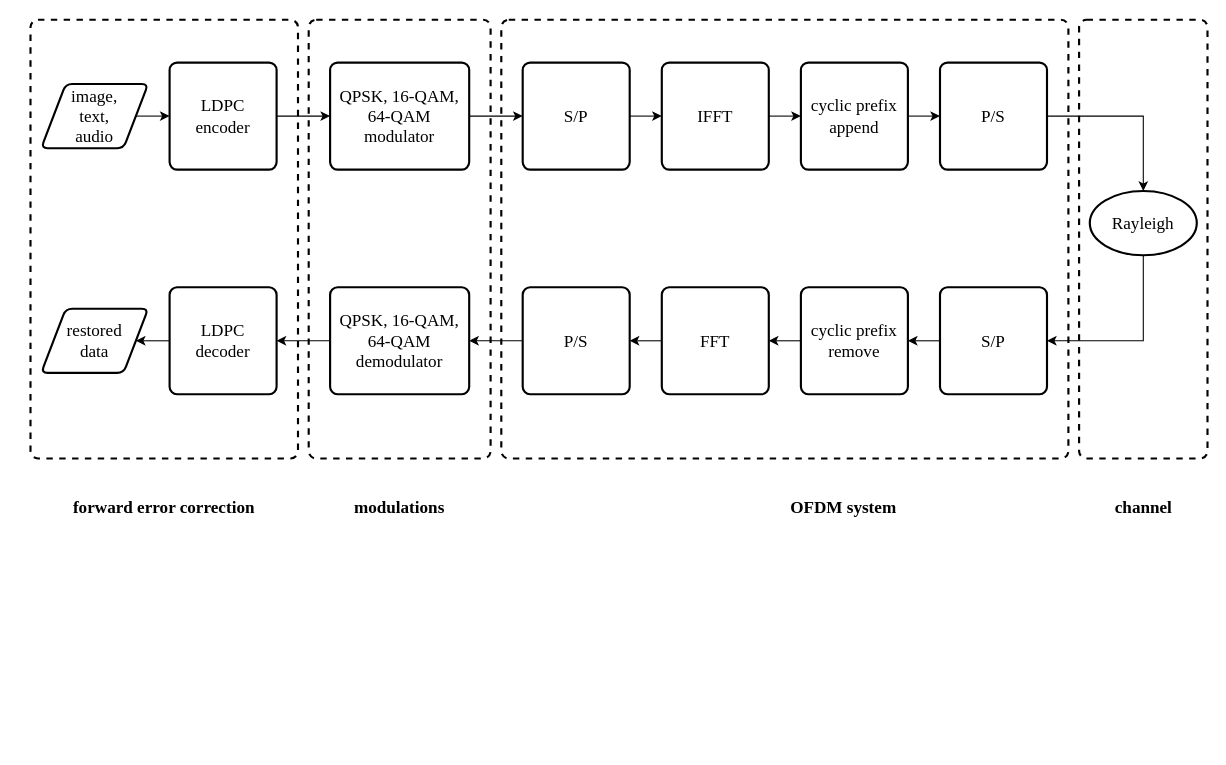
troders34/research keeps this draw.io diagram as page "LDPC-OFDM" (3 of 5) of mod.drawio. Above is the earlier version. Source tidied: cells renumbered, new cells numbered last; positions are measured from the earlier drawing's top-left corner, leaving out a move shared by most shapes. Both pictures are drawn from the tidied source at 107%, with x=0, y=0 at pixel (30, 19).
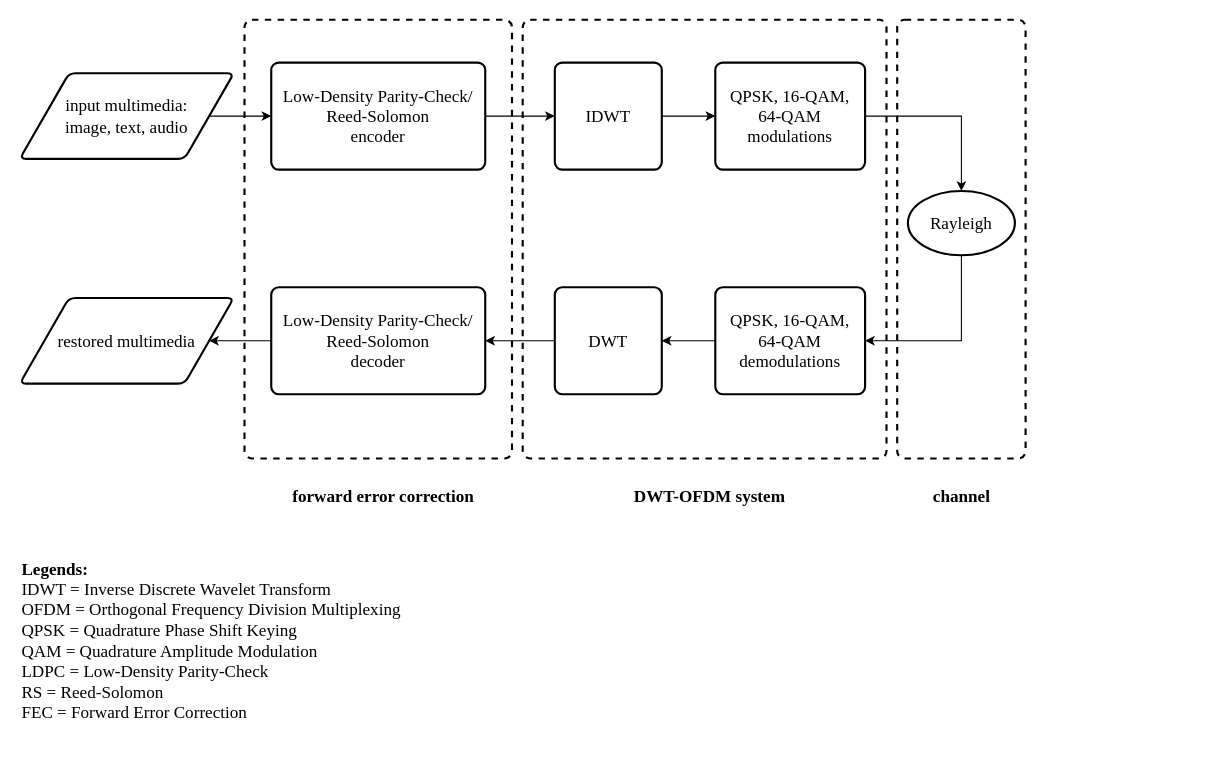
After the change.

The edit, as a diff of the source:
```diff
@@
     <mxCell id="2" style="rounded=1;whiteSpace=wrap;html=1;absoluteArcSize=1;arcSize=14;strokeWidth=2;dashed=1;fillColor=none;fontFamily=Times New Roman;" parent="1" vertex="1">
-      <mxGeometry x="980" width="120" height="410" as="geometry" />
+      <mxGeometry x="810" width="120" height="410" as="geometry" />
     </mxCell>
     <mxCell id="3" style="rounded=1;whiteSpace=wrap;html=1;absoluteArcSize=1;arcSize=14;strokeWidth=2;dashed=1;fillColor=none;fontFamily=Times New Roman;" parent="1" vertex="1">
-      <mxGeometry width="250" height="410" as="geometry" />
+      <mxGeometry x="200" width="250" height="410" as="geometry" />
     </mxCell>
-    <mxCell id="4" style="rounded=1;whiteSpace=wrap;html=1;absoluteArcSize=1;arcSize=14;strokeWidth=2;dashed=1;fillColor=none;fontFamily=Times New Roman;" parent="1" vertex="1">
-      <mxGeometry x="260" width="170" height="410" as="geometry" />
-    </mxCell>
     <mxCell id="5" style="rounded=1;whiteSpace=wrap;html=1;absoluteArcSize=1;arcSize=14;strokeWidth=2;dashed=1;fillColor=none;fontFamily=Times New Roman;" parent="1" vertex="1">
-      <mxGeometry x="440" width="530" height="410" as="geometry" />
+      <mxGeometry x="460" width="340" height="410" as="geometry" />
     </mxCell>
@@
-    <mxCell id="7" value="image,&lt;div&gt;text,&lt;/div&gt;&lt;div&gt;audio&lt;/div&gt;" style="shape=parallelogram;html=1;strokeWidth=2;perimeter=parallelogramPerimeter;whiteSpace=wrap;rounded=1;arcSize=12;size=0.23;fontSize=16;fontFamily=Times New Roman;" parent="1" vertex="1">
-      <mxGeometry x="10" y="60" width="100" height="60" as="geometry" />
+    <mxCell id="7" value="&lt;div&gt;input multimedia:&lt;/div&gt;image,&amp;nbsp;&lt;span style=&quot;background-color: transparent; color: light-dark(rgb(0, 0, 0), rgb(255, 255, 255));&quot;&gt;text,&amp;nbsp;&lt;/span&gt;&lt;span style=&quot;background-color: transparent; color: light-dark(rgb(0, 0, 0), rgb(255, 255, 255));&quot;&gt;audio&lt;/span&gt;" style="shape=parallelogram;html=1;strokeWidth=2;perimeter=parallelogramPerimeter;whiteSpace=wrap;rounded=1;arcSize=12;size=0.23;fontSize=16;fontFamily=Times New Roman;" parent="1" vertex="1">
+      <mxGeometry x="-10" y="50" width="200" height="80" as="geometry" />
     </mxCell>
-    <mxCell id="8" style="edgeStyle=orthogonalEdgeStyle;rounded=0;jettySize=auto;html=1;exitX=1;exitY=0.5;exitDx=0;exitDy=0;entryX=0;entryY=0.5;entryDx=0;entryDy=0;fontSize=16;fontFamily=Times New Roman;" parent="1" edge="1" source="9" target="11">
-      <mxGeometry relative="1" as="geometry" />
-    </mxCell>
-    <mxCell id="9" value="LDPC&lt;div&gt;encoder&lt;/div&gt;" style="rounded=1;whiteSpace=wrap;html=1;absoluteArcSize=1;arcSize=14;strokeWidth=2;fontSize=16;fontFamily=Times New Roman;" parent="1" vertex="1">
-      <mxGeometry x="130" y="40" width="100" height="100" as="geometry" />
+    <mxCell id="9" value="&lt;div&gt;Low-Density Parity-Check/&lt;/div&gt;&lt;div&gt;Reed-Solomon&lt;/div&gt;&lt;div&gt;encoder&lt;/div&gt;" style="rounded=1;whiteSpace=wrap;html=1;absoluteArcSize=1;arcSize=14;strokeWidth=2;fontSize=16;fontFamily=Times New Roman;" parent="1" vertex="1">
+      <mxGeometry x="225" y="40" width="200" height="100" as="geometry" />
     </mxCell>
-    <mxCell id="10" style="edgeStyle=orthogonalEdgeStyle;rounded=0;jettySize=auto;html=1;exitX=1;exitY=0.5;exitDx=0;exitDy=0;entryX=0;entryY=0.5;entryDx=0;entryDy=0;fontFamily=Times New Roman;" parent="1" edge="1" source="11" target="13">
+    <mxCell id="10" style="edgeStyle=orthogonalEdgeStyle;rounded=0;jettySize=auto;html=1;exitX=1;exitY=0.5;exitDx=0;exitDy=0;entryX=0;entryY=0.5;entryDx=0;entryDy=0;fontFamily=Times New Roman;" parent="1" edge="1" source="9" target="13">
       <mxGeometry relative="1" as="geometry" />
     </mxCell>
-    <mxCell id="11" value="&lt;div&gt;QPSK, 16-QAM, 64-QAM&lt;/div&gt;&lt;div&gt;modulator&lt;/div&gt;" style="rounded=1;whiteSpace=wrap;html=1;absoluteArcSize=1;arcSize=14;strokeWidth=2;fontSize=16;fontFamily=Times New Roman;" parent="1" vertex="1">
-      <mxGeometry x="280" y="40" width="130" height="100" as="geometry" />
-    </mxCell>
@@
-    <mxCell id="13" value="S/P" style="rounded=1;whiteSpace=wrap;html=1;absoluteArcSize=1;arcSize=14;strokeWidth=2;fontSize=16;fontFamily=Times New Roman;" parent="1" vertex="1">
-      <mxGeometry x="460" y="40" width="100" height="100" as="geometry" />
+    <mxCell id="13" value="IDWT" style="rounded=1;whiteSpace=wrap;html=1;absoluteArcSize=1;arcSize=14;strokeWidth=2;fontSize=16;fontFamily=Times New Roman;" parent="1" vertex="1">
+      <mxGeometry x="490" y="40" width="100" height="100" as="geometry" />
     </mxCell>
-    <mxCell id="14" style="edgeStyle=orthogonalEdgeStyle;rounded=0;jettySize=auto;html=1;exitX=1;exitY=0.5;exitDx=0;exitDy=0;entryX=0;entryY=0.5;entryDx=0;entryDy=0;fontFamily=Times New Roman;" parent="1" edge="1" source="15" target="17">
-      <mxGeometry relative="1" as="geometry" />
-    </mxCell>
-    <mxCell id="15" value="IFFT" style="rounded=1;whiteSpace=wrap;html=1;absoluteArcSize=1;arcSize=14;strokeWidth=2;fontSize=16;fontFamily=Times New Roman;" parent="1" vertex="1">
-      <mxGeometry x="590" y="40" width="100" height="100" as="geometry" />
+    <mxCell id="15" value="QPSK, 16-QAM,&lt;div&gt;64-QAM&lt;div&gt;modulations&lt;/div&gt;&lt;/div&gt;" style="rounded=1;whiteSpace=wrap;html=1;absoluteArcSize=1;arcSize=14;strokeWidth=2;fontSize=16;fontFamily=Times New Roman;" parent="1" vertex="1">
+      <mxGeometry x="640" y="40" width="140" height="100" as="geometry" />
     </mxCell>
-    <mxCell id="16" style="edgeStyle=orthogonalEdgeStyle;rounded=0;jettySize=auto;html=1;exitX=1;exitY=0.5;exitDx=0;exitDy=0;entryX=0;entryY=0.5;entryDx=0;entryDy=0;fontFamily=Times New Roman;" parent="1" edge="1" source="17" target="18">
-      <mxGeometry relative="1" as="geometry" />
-    </mxCell>
-    <mxCell id="17" value="cyclic prefix&lt;div&gt;append&lt;/div&gt;" style="rounded=1;whiteSpace=wrap;html=1;absoluteArcSize=1;arcSize=14;strokeWidth=2;fontSize=16;fontFamily=Times New Roman;" parent="1" vertex="1">
-      <mxGeometry x="720" y="40" width="100" height="100" as="geometry" />
-    </mxCell>
-    <mxCell id="18" value="P/S" style="rounded=1;whiteSpace=wrap;html=1;absoluteArcSize=1;arcSize=14;strokeWidth=2;fontSize=16;fontFamily=Times New Roman;" parent="1" vertex="1">
-      <mxGeometry x="850" y="40" width="100" height="100" as="geometry" />
-    </mxCell>
-    <mxCell id="19" style="edgeStyle=orthogonalEdgeStyle;rounded=0;jettySize=auto;html=1;exitX=0.5;exitY=1;exitDx=0;exitDy=0;exitPerimeter=0;entryX=1;entryY=0.5;entryDx=0;entryDy=0;fontFamily=Times New Roman;" parent="1" edge="1" source="20" target="23">
-      <mxGeometry relative="1" as="geometry" />
-    </mxCell>
+    <mxCell id="39" style="edgeStyle=orthogonalEdgeStyle;rounded=0;jettySize=auto;html=1;exitX=0.5;exitY=1;exitDx=0;exitDy=0;exitPerimeter=0;entryX=1;entryY=0.5;entryDx=0;entryDy=0;" parent="1" edge="1" source="20" target="27">
+      <mxGeometry relative="1" as="geometry" />
+    </mxCell>
     <mxCell id="20" value="Rayleigh" style="strokeWidth=2;html=1;shape=mxgraph.flowchart.start_1;whiteSpace=wrap;fontSize=16;fontFamily=Times New Roman;" parent="1" vertex="1">
-      <mxGeometry x="990" y="160" width="100" height="60" as="geometry" />
+      <mxGeometry x="820" y="160" width="100" height="60" as="geometry" />
     </mxCell>
-    <mxCell id="21" style="edgeStyle=orthogonalEdgeStyle;rounded=0;jettySize=auto;html=1;exitX=1;exitY=0.5;exitDx=0;exitDy=0;entryX=0.5;entryY=0;entryDx=0;entryDy=0;entryPerimeter=0;fontFamily=Times New Roman;" parent="1" edge="1" source="18" target="20">
-      <mxGeometry relative="1" as="geometry" />
-    </mxCell>
-    <mxCell id="22" style="edgeStyle=orthogonalEdgeStyle;rounded=0;jettySize=auto;html=1;exitX=0;exitY=0.5;exitDx=0;exitDy=0;entryX=1;entryY=0.5;entryDx=0;entryDy=0;fontFamily=Times New Roman;" parent="1" edge="1" source="23" target="25">
-      <mxGeometry relative="1" as="geometry" />
-    </mxCell>
-    <mxCell id="23" value="S/P" style="rounded=1;whiteSpace=wrap;html=1;absoluteArcSize=1;arcSize=14;strokeWidth=2;fontSize=16;fontFamily=Times New Roman;" parent="1" vertex="1">
-      <mxGeometry x="850" y="250" width="100" height="100" as="geometry" />
-    </mxCell>
-    <mxCell id="24" style="edgeStyle=orthogonalEdgeStyle;rounded=0;jettySize=auto;html=1;exitX=0;exitY=0.5;exitDx=0;exitDy=0;entryX=1;entryY=0.5;entryDx=0;entryDy=0;fontFamily=Times New Roman;" parent="1" edge="1" source="25" target="27">
-      <mxGeometry relative="1" as="geometry" />
-    </mxCell>
-    <mxCell id="25" value="cyclic prefix&lt;div&gt;remove&lt;/div&gt;" style="rounded=1;whiteSpace=wrap;html=1;absoluteArcSize=1;arcSize=14;strokeWidth=2;fontSize=16;fontFamily=Times New Roman;" parent="1" vertex="1">
-      <mxGeometry x="720" y="250" width="100" height="100" as="geometry" />
-    </mxCell>
@@
-    <mxCell id="27" value="FFT" style="rounded=1;whiteSpace=wrap;html=1;absoluteArcSize=1;arcSize=14;strokeWidth=2;fontSize=16;fontFamily=Times New Roman;" parent="1" vertex="1">
-      <mxGeometry x="590" y="250" width="100" height="100" as="geometry" />
+    <mxCell id="27" value="QPSK, 16-QAM,&lt;div&gt;64-QAM&lt;/div&gt;&lt;div&gt;demodulations&lt;/div&gt;" style="rounded=1;whiteSpace=wrap;html=1;absoluteArcSize=1;arcSize=14;strokeWidth=2;fontSize=16;fontFamily=Times New Roman;" parent="1" vertex="1">
+      <mxGeometry x="640" y="250" width="140" height="100" as="geometry" />
     </mxCell>
-    <mxCell id="28" style="edgeStyle=orthogonalEdgeStyle;rounded=0;jettySize=auto;html=1;exitX=0;exitY=0.5;exitDx=0;exitDy=0;entryX=1;entryY=0.5;entryDx=0;entryDy=0;fontFamily=Times New Roman;" parent="1" edge="1" source="29" target="31">
+    <mxCell id="28" style="edgeStyle=orthogonalEdgeStyle;rounded=0;jettySize=auto;html=1;exitX=0;exitY=0.5;exitDx=0;exitDy=0;entryX=1;entryY=0.5;entryDx=0;entryDy=0;fontFamily=Times New Roman;" parent="1" edge="1" source="29" target="33">
       <mxGeometry relative="1" as="geometry" />
     </mxCell>
-    <mxCell id="29" value="P/S" style="rounded=1;whiteSpace=wrap;html=1;absoluteArcSize=1;arcSize=14;strokeWidth=2;fontSize=16;fontFamily=Times New Roman;" parent="1" vertex="1">
-      <mxGeometry x="460" y="250" width="100" height="100" as="geometry" />
+    <mxCell id="29" value="DWT" style="rounded=1;whiteSpace=wrap;html=1;absoluteArcSize=1;arcSize=14;strokeWidth=2;fontSize=16;fontFamily=Times New Roman;" parent="1" vertex="1">
+      <mxGeometry x="490" y="250" width="100" height="100" as="geometry" />
     </mxCell>
-    <mxCell id="30" style="edgeStyle=orthogonalEdgeStyle;rounded=0;jettySize=auto;html=1;exitX=0;exitY=0.5;exitDx=0;exitDy=0;entryX=1;entryY=0.5;entryDx=0;entryDy=0;fontFamily=Times New Roman;" parent="1" edge="1" source="31" target="33">
-      <mxGeometry relative="1" as="geometry" />
-    </mxCell>
-    <mxCell id="31" value="&lt;div&gt;QPSK, 16-QAM,&lt;/div&gt;&lt;div&gt;64-QAM&lt;/div&gt;demodulator" style="rounded=1;whiteSpace=wrap;html=1;absoluteArcSize=1;arcSize=14;strokeWidth=2;fontSize=16;fontFamily=Times New Roman;" parent="1" vertex="1">
-      <mxGeometry x="280" y="250" width="130" height="100" as="geometry" />
-    </mxCell>
-    <mxCell id="32" style="edgeStyle=orthogonalEdgeStyle;rounded=0;jettySize=auto;html=1;exitX=0;exitY=0.5;exitDx=0;exitDy=0;entryX=1;entryY=0.5;entryDx=0;entryDy=0;fontFamily=Times New Roman;" parent="1" edge="1" source="33" target="34">
+    <mxCell id="32" style="edgeStyle=orthogonalEdgeStyle;rounded=0;jettySize=auto;html=1;exitX=0;exitY=0.5;exitDx=0;exitDy=0;entryX=1;entryY=0.5;entryDx=0;entryDy=0;fontFamily=Times New Roman;" parent="1" edge="1" source="33" target="41">
       <mxGeometry relative="1" as="geometry" />
     </mxCell>
-    <mxCell id="33" value="LDPC&lt;div&gt;decoder&lt;/div&gt;" style="rounded=1;whiteSpace=wrap;html=1;absoluteArcSize=1;arcSize=14;strokeWidth=2;fontSize=16;fontFamily=Times New Roman;" parent="1" vertex="1">
-      <mxGeometry x="130" y="250" width="100" height="100" as="geometry" />
+    <mxCell id="33" value="Low-Density Parity-Check/&lt;div&gt;Reed-Solomon&lt;div&gt;decoder&lt;/div&gt;&lt;/div&gt;" style="rounded=1;whiteSpace=wrap;html=1;absoluteArcSize=1;arcSize=14;strokeWidth=2;fontSize=16;fontFamily=Times New Roman;" parent="1" vertex="1">
+      <mxGeometry x="225" y="250" width="200" height="100" as="geometry" />
     </mxCell>
-    <mxCell id="34" value="restored&lt;div&gt;data&lt;/div&gt;" style="shape=parallelogram;html=1;strokeWidth=2;perimeter=parallelogramPerimeter;whiteSpace=wrap;rounded=1;arcSize=12;size=0.23;fontSize=16;fontFamily=Times New Roman;" parent="1" vertex="1">
-      <mxGeometry x="10" y="270" width="100" height="60" as="geometry" />
-    </mxCell>
     <mxCell id="35" value="forward error correction" style="text;html=1;align=center;verticalAlign=middle;whiteSpace=wrap;rounded=0;fontSize=16;fontStyle=1;fontFamily=Times New Roman;" parent="1" vertex="1">
-      <mxGeometry x="25" y="430" width="200" height="50" as="geometry" />
+      <mxGeometry x="230" y="420" width="200" height="50" as="geometry" />
     </mxCell>
-    <mxCell id="36" value="modulations" style="text;html=1;align=center;verticalAlign=middle;whiteSpace=wrap;rounded=0;fontSize=16;fontStyle=1;fontFamily=Times New Roman;" parent="1" vertex="1">
-      <mxGeometry x="260" y="430" width="170" height="50" as="geometry" />
-    </mxCell>
-    <mxCell id="37" value="OFDM system" style="text;html=1;align=center;verticalAlign=middle;whiteSpace=wrap;rounded=0;fontSize=16;fontStyle=1;fontFamily=Times New Roman;" parent="1" vertex="1">
-      <mxGeometry x="675" y="430" width="170" height="50" as="geometry" />
+    <mxCell id="37" value="DWT-OFDM system" style="text;html=1;align=center;verticalAlign=middle;whiteSpace=wrap;rounded=0;fontSize=16;fontStyle=1;fontFamily=Times New Roman;" parent="1" vertex="1">
+      <mxGeometry x="550" y="420" width="170" height="50" as="geometry" />
     </mxCell>
     <mxCell id="38" value="channel" style="text;html=1;align=center;verticalAlign=middle;whiteSpace=wrap;rounded=0;fontSize=16;fontStyle=1;fontFamily=Times New Roman;" parent="1" vertex="1">
-      <mxGeometry x="982.5" y="430" width="115" height="50" as="geometry" />
+      <mxGeometry x="812.5" y="420" width="115" height="50" as="geometry" />
     </mxCell>
+    <mxCell id="40" style="edgeStyle=orthogonalEdgeStyle;rounded=0;jettySize=auto;html=1;exitX=1;exitY=0.5;exitDx=0;exitDy=0;entryX=0.5;entryY=0;entryDx=0;entryDy=0;entryPerimeter=0;" parent="1" edge="1" source="15" target="20">
+      <mxGeometry relative="1" as="geometry" />
+    </mxCell>
+    <mxCell id="41" value="&lt;div&gt;restored multimedia&lt;/div&gt;" style="shape=parallelogram;html=1;strokeWidth=2;perimeter=parallelogramPerimeter;whiteSpace=wrap;rounded=1;arcSize=12;size=0.23;fontSize=16;fontFamily=Times New Roman;" parent="1" vertex="1">
+      <mxGeometry x="-10" y="260" width="200" height="80" as="geometry" />
+    </mxCell>
+    <mxCell id="42" value="Legends:&lt;div&gt;&lt;span style=&quot;font-weight: normal;&quot;&gt;IDWT = Inverse Discrete Wavelet Transform&lt;/span&gt;&lt;/div&gt;&lt;div&gt;&lt;span style=&quot;font-weight: normal;&quot;&gt;OFDM = Orthogonal Frequency Division Multiplexing&lt;/span&gt;&lt;/div&gt;&lt;div&gt;&lt;span style=&quot;font-weight: normal;&quot;&gt;QPSK = Quadrature Phase Shift Keying&lt;/span&gt;&lt;/div&gt;&lt;div&gt;&lt;span style=&quot;font-weight: normal;&quot;&gt;QAM = Quadrature Amplitude Modulation&lt;/span&gt;&lt;/div&gt;&lt;div&gt;&lt;span style=&quot;font-weight: normal;&quot;&gt;LDPC = Low-Density Parity-Check&lt;/span&gt;&lt;/div&gt;&lt;div&gt;&lt;span style=&quot;font-weight: normal;&quot;&gt;RS = Reed-Solomon&lt;/span&gt;&lt;/div&gt;&lt;div&gt;&lt;span style=&quot;font-weight: normal;&quot;&gt;FEC = Forward Error Correction&lt;/span&gt;&lt;/div&gt;" style="text;html=1;align=left;verticalAlign=middle;whiteSpace=wrap;rounded=0;fontSize=16;fontStyle=1;fontFamily=Times New Roman;" parent="1" vertex="1">
+      <mxGeometry x="-10" y="480" width="440" height="200" as="geometry" />
+    </mxCell>
```
